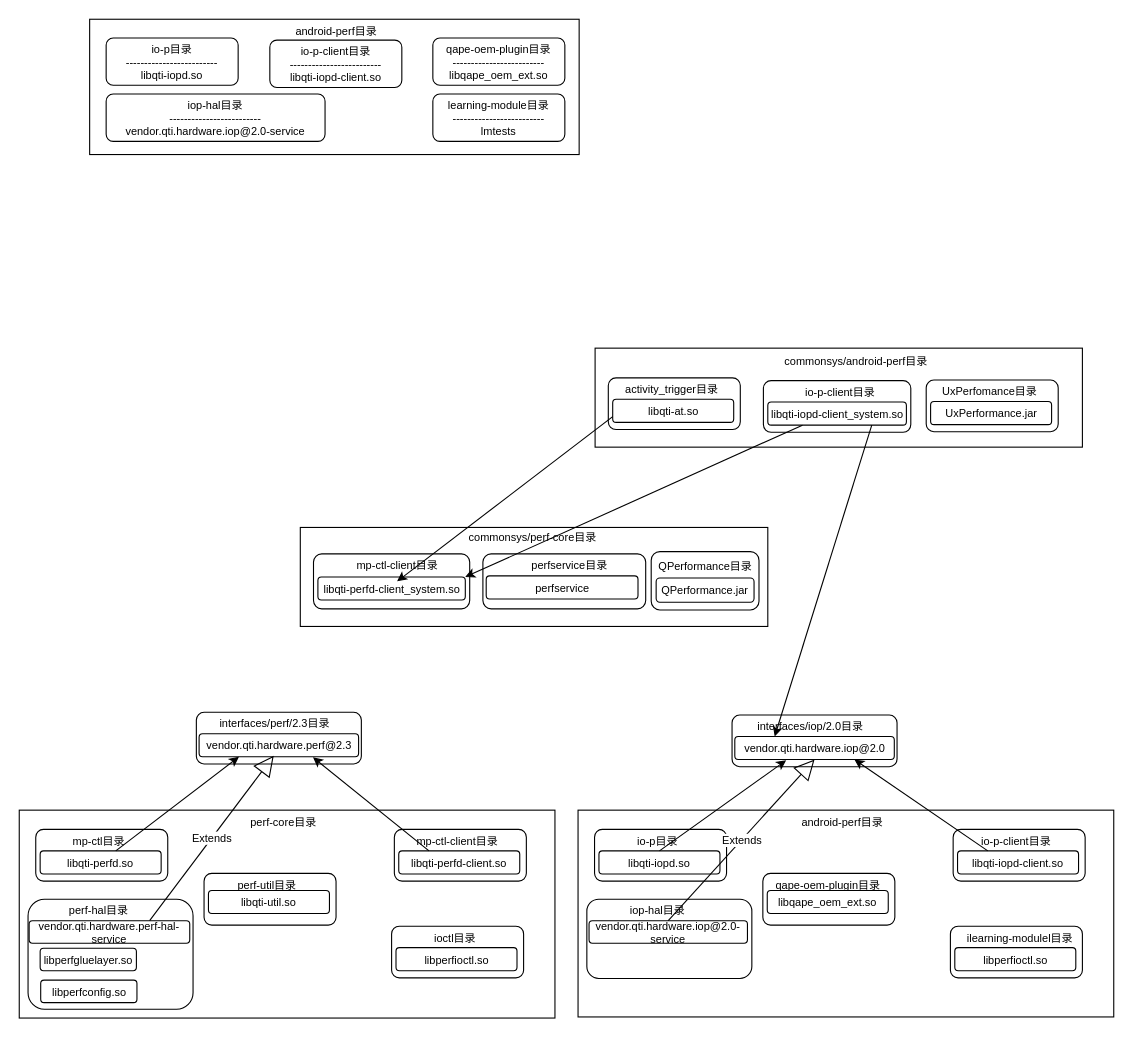
This is qcom.drawio from jasonactions/graph, a draw.io file, before an edit. Source tidied: cells renumbered, new cells numbered last; positions are measured from the earlier drawing's top-left corner, leaving out a move shared by most shapes. Both pictures are drawn from the tidied source at 110%, with x=0, y=0 at pixel (19, 19).
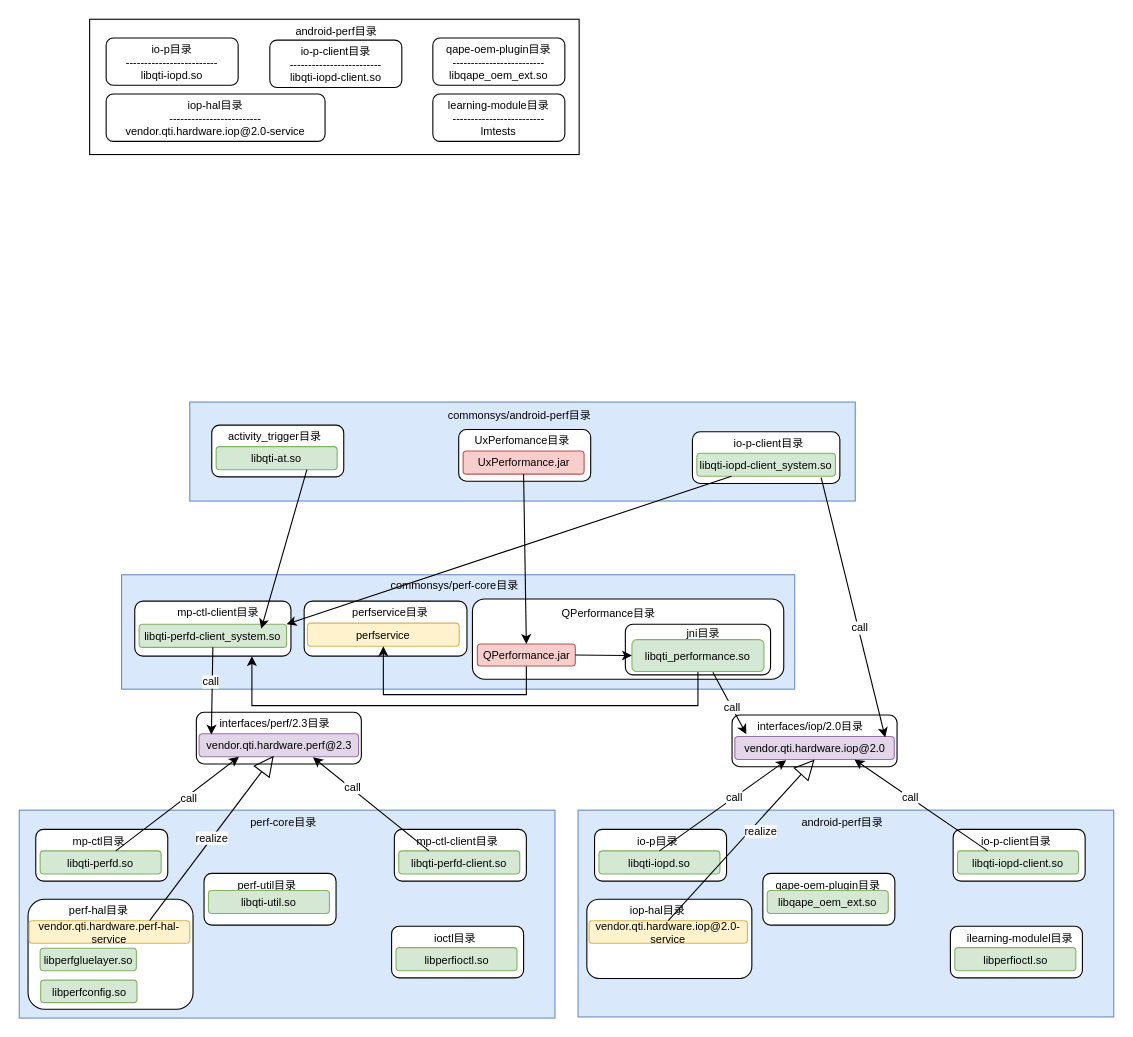
After the change.

The change refers to these unchanged cells:
```xml
<mxCell id="52" style="endArrow=classic;html=1;rounded=0;fontSize=10;entryX=0.25;entryY=1;entryDx=0;entryDy=0;" parent="1" edge="1" source="35" target="51">
  <mxGeometry relative="1" as="geometry" />
</mxCell>
<mxCell id="53" style="endArrow=classic;html=1;rounded=0;fontSize=10;exitX=0.25;exitY=0;exitDx=0;exitDy=0;entryX=0.714;entryY=1.024;entryDx=0;entryDy=0;entryPerimeter=0;" parent="1" edge="1" source="47" target="51">
  <mxGeometry relative="1" as="geometry" />
</mxCell>
<mxCell id="72" value="&lt;div style=&quot;font-size: 10px;&quot;&gt;interfaces/iop/2.0目录&lt;/div&gt;" style="text;html=1;strokeColor=none;fillColor=none;align=center;verticalAlign=middle;whiteSpace=wrap;rounded=0;fontSize=10;" parent="1" vertex="1">
  <mxGeometry x="661" y="627.5" width="117" height="30" as="geometry" />
</mxCell>
<mxCell id="74" style="endArrow=classic;html=1;rounded=0;fontSize=10;exitX=0.5;exitY=0;exitDx=0;exitDy=0;entryX=0.322;entryY=1.032;entryDx=0;entryDy=0;entryPerimeter=0;" parent="1" edge="1" source="58" target="73">
  <mxGeometry relative="1" as="geometry" />
</mxCell>
<mxCell id="75" style="endArrow=classic;html=1;rounded=0;fontSize=10;exitX=0.25;exitY=0;exitDx=0;exitDy=0;entryX=0.75;entryY=1;entryDx=0;entryDy=0;" parent="1" edge="1" source="70" target="73">
  <mxGeometry relative="1" as="geometry" />
</mxCell>
```

Diff of the diagram source:
```diff
@@
-    <mxCell id="2" style="rounded=0;whiteSpace=wrap;html=1;fontSize=10;" parent="1" vertex="1">
-      <mxGeometry x="255.5" y="462" width="425" height="90" as="geometry" />
+    <mxCell id="2" style="rounded=0;whiteSpace=wrap;html=1;fontSize=10;fillColor=#dae8fc;strokeColor=#6c8ebf;" parent="1" vertex="1">
+      <mxGeometry x="93" y="505" width="612" height="104" as="geometry" />
     </mxCell>
-    <mxCell id="3" style="rounded=0;whiteSpace=wrap;html=1;fontSize=10;" parent="1" vertex="1">
-      <mxGeometry x="523.5" y="299" width="443" height="90" as="geometry" />
+    <mxCell id="3" style="rounded=0;whiteSpace=wrap;html=1;fontSize=10;fillColor=#dae8fc;strokeColor=#6c8ebf;" parent="1" vertex="1">
+      <mxGeometry x="155" y="348" width="605" height="90" as="geometry" />
     </mxCell>
@@
-    <mxCell id="5" style="rounded=0;whiteSpace=wrap;html=1;fontSize=10;" parent="1" vertex="1">
+    <mxCell id="5" style="rounded=0;whiteSpace=wrap;html=1;fontSize=10;fillColor=#dae8fc;strokeColor=#6c8ebf;" parent="1" vertex="1">
       <mxGeometry y="719" width="487" height="189" as="geometry" />
     </mxCell>
@@
     <mxCell id="13" style="rounded=1;whiteSpace=wrap;html=1;fontSize=10;" parent="1" vertex="1">
-      <mxGeometry x="535.5" y="326" width="120" height="47" as="geometry" />
+      <mxGeometry x="175" y="369" width="120" height="47" as="geometry" />
     </mxCell>
     <mxCell id="14" value="commonsys/android-perf目录" style="text;html=1;strokeColor=none;fillColor=none;align=center;verticalAlign=middle;whiteSpace=wrap;rounded=0;fontSize=10;" parent="1" vertex="1">
-      <mxGeometry x="676.5" y="296" width="168" height="30" as="geometry" />
+      <mxGeometry x="371" y="345" width="168" height="30" as="geometry" />
     </mxCell>
     <mxCell id="15" value="&lt;div style=&quot;font-size: 10px;&quot;&gt;&lt;br style=&quot;font-size: 10px;&quot;&gt;&lt;/div&gt;" style="rounded=1;whiteSpace=wrap;html=1;fontSize=10;" parent="1" vertex="1">
-      <mxGeometry x="267.5" y="486" width="142" height="50" as="geometry" />
+      <mxGeometry x="105" y="529" width="142" height="50" as="geometry" />
     </mxCell>
     <mxCell id="16" style="rounded=1;whiteSpace=wrap;html=1;fontSize=10;" parent="1" vertex="1">
-      <mxGeometry x="421.5" y="486" width="148" height="50" as="geometry" />
+      <mxGeometry x="259" y="529" width="148" height="50" as="geometry" />
     </mxCell>
     <mxCell id="17" style="rounded=1;whiteSpace=wrap;html=1;fontSize=10;" parent="1" vertex="1">
-      <mxGeometry x="574.5" y="484" width="98" height="53" as="geometry" />
+      <mxGeometry x="412" y="527" width="283" height="73" as="geometry" />
     </mxCell>
     <mxCell id="18" value="commonsys/perf-core目录" style="text;html=1;strokeColor=none;fillColor=none;align=center;verticalAlign=middle;whiteSpace=wrap;rounded=0;fontSize=10;" parent="1" vertex="1">
-      <mxGeometry x="382.5" y="456" width="168" height="30" as="geometry" />
+      <mxGeometry x="312" y="499" width="168" height="30" as="geometry" />
     </mxCell>
     <mxCell id="19" value="&lt;div style=&quot;font-size: 10px;&quot;&gt;QPerformance目录&lt;/div&gt;" style="text;html=1;strokeColor=none;fillColor=none;align=center;verticalAlign=middle;whiteSpace=wrap;rounded=0;fontSize=10;" parent="1" vertex="1">
-      <mxGeometry x="578.5" y="481" width="90" height="32" as="geometry" />
+      <mxGeometry x="491" y="524" width="90" height="32" as="geometry" />
     </mxCell>
-    <mxCell id="20" value="libqti-perfd-client_system.so" style="rounded=1;whiteSpace=wrap;html=1;fontSize=10;" parent="1" vertex="1">
-      <mxGeometry x="271.5" y="507" width="134" height="21" as="geometry" />
+    <mxCell id="20" value="libqti-perfd-client_system.so" style="rounded=1;whiteSpace=wrap;html=1;fontSize=10;fillColor=#d5e8d4;strokeColor=#82b366;" parent="1" vertex="1">
+      <mxGeometry x="109" y="550" width="134" height="21" as="geometry" />
     </mxCell>
     <mxCell id="21" value="mp-ctl-client目录" style="text;html=1;strokeColor=none;fillColor=none;align=center;verticalAlign=middle;whiteSpace=wrap;rounded=0;fontSize=10;" parent="1" vertex="1">
-      <mxGeometry x="304.5" y="481" width="78" height="30" as="geometry" />
+      <mxGeometry x="142" y="524" width="78" height="30" as="geometry" />
     </mxCell>
     <mxCell id="22" value="perfservice目录" style="text;html=1;strokeColor=none;fillColor=none;align=center;verticalAlign=middle;whiteSpace=wrap;rounded=0;fontSize=10;" parent="1" vertex="1">
-      <mxGeometry x="462.5" y="481" width="74.5" height="30" as="geometry" />
+      <mxGeometry x="300" y="524" width="74.5" height="30" as="geometry" />
     </mxCell>
-    <mxCell id="23" value="perfservice" style="rounded=1;whiteSpace=wrap;html=1;fontSize=10;" parent="1" vertex="1">
-      <mxGeometry x="424.5" y="506" width="138" height="21" as="geometry" />
+    <mxCell id="23" value="perfservice" style="rounded=1;whiteSpace=wrap;html=1;fontSize=10;fillColor=#fff2cc;strokeColor=#d6b656;" parent="1" vertex="1">
+      <mxGeometry x="262" y="549" width="138" height="21" as="geometry" />
     </mxCell>
+    <mxCell id="82" style="edgeStyle=orthogonalEdgeStyle;rounded=0;jettySize=auto;html=1;entryX=0.5;entryY=1;entryDx=0;entryDy=0;fontSize=10;exitX=0.5;exitY=1;exitDx=0;exitDy=0;" parent="1" edge="1" source="24" target="23">
+      <mxGeometry relative="1" as="geometry">
+        <Array as="points">
+          <mxPoint x="461" y="614" />
+          <mxPoint x="331" y="614" />
+        </Array>
+      </mxGeometry>
+    </mxCell>
-    <mxCell id="24" value="QPerformance.jar" style="rounded=1;whiteSpace=wrap;html=1;fontSize=10;" parent="1" vertex="1">
-      <mxGeometry x="579" y="508" width="89" height="22" as="geometry" />
+    <mxCell id="24" value="QPerformance.jar" style="rounded=1;whiteSpace=wrap;html=1;fontSize=10;fillColor=#f8cecc;strokeColor=#b85450;" parent="1" vertex="1">
+      <mxGeometry x="416.5" y="568" width="89" height="20" as="geometry" />
     </mxCell>
     <mxCell id="25" value="&lt;div style=&quot;font-size: 10px;&quot;&gt;activity_trigger目录&lt;/div&gt;" style="text;html=1;strokeColor=none;fillColor=none;align=center;verticalAlign=middle;whiteSpace=wrap;rounded=0;fontSize=10;" parent="1" vertex="1">
-      <mxGeometry x="548.5" y="321" width="89" height="30" as="geometry" />
+      <mxGeometry x="188" y="364" width="89" height="30" as="geometry" />
     </mxCell>
-    <mxCell id="26" value="libqti-at.so" style="rounded=1;whiteSpace=wrap;html=1;fontSize=10;" parent="1" vertex="1">
-      <mxGeometry x="539.5" y="345.5" width="110" height="21" as="geometry" />
+    <mxCell id="26" value="libqti-at.so" style="rounded=1;whiteSpace=wrap;html=1;fontSize=10;fillColor=#d5e8d4;strokeColor=#82b366;" parent="1" vertex="1">
+      <mxGeometry x="179" y="388.5" width="110" height="21" as="geometry" />
     </mxCell>
     <mxCell id="27" style="rounded=1;whiteSpace=wrap;html=1;fontSize=10;" parent="1" vertex="1">
-      <mxGeometry x="676.5" y="328.5" width="134" height="47" as="geometry" />
+      <mxGeometry x="612" y="375" width="134" height="47" as="geometry" />
     </mxCell>
     <mxCell id="28" value="&lt;div style=&quot;font-size: 10px;&quot;&gt;&lt;div style=&quot;font-size: 10px;&quot;&gt;io-p-client目录&lt;/div&gt;&lt;/div&gt;" style="text;html=1;strokeColor=none;fillColor=none;align=center;verticalAlign=middle;whiteSpace=wrap;rounded=0;fontSize=10;" parent="1" vertex="1">
-      <mxGeometry x="701.5" y="323.5" width="89" height="30" as="geometry" />
+      <mxGeometry x="637" y="370" width="89" height="30" as="geometry" />
     </mxCell>
-    <mxCell id="29" value="libqti-iopd-client_system.so" style="rounded=1;whiteSpace=wrap;html=1;fontSize=10;" parent="1" vertex="1">
-      <mxGeometry x="680.5" y="348" width="126" height="21" as="geometry" />
+    <mxCell id="29" value="libqti-iopd-client_system.so" style="rounded=1;whiteSpace=wrap;html=1;fontSize=10;fillColor=#d5e8d4;strokeColor=#82b366;" parent="1" vertex="1">
+      <mxGeometry x="616" y="394.5" width="126" height="21" as="geometry" />
     </mxCell>
     <mxCell id="30" style="rounded=1;whiteSpace=wrap;html=1;fontSize=10;" parent="1" vertex="1">
-      <mxGeometry x="824.5" y="328" width="120" height="47" as="geometry" />
+      <mxGeometry x="399.5" y="373" width="120" height="47" as="geometry" />
     </mxCell>
     <mxCell id="31" value="&lt;div style=&quot;font-size: 10px;&quot;&gt;&lt;div style=&quot;font-size: 10px;&quot;&gt;UxPerfomance目录&lt;/div&gt;&lt;/div&gt;" style="text;html=1;strokeColor=none;fillColor=none;align=center;verticalAlign=middle;whiteSpace=wrap;rounded=0;fontSize=10;" parent="1" vertex="1">
-      <mxGeometry x="837.5" y="323" width="89" height="30" as="geometry" />
+      <mxGeometry x="412.5" y="368" width="89" height="30" as="geometry" />
     </mxCell>
-    <mxCell id="32" value="UxPerformance.jar" style="rounded=1;whiteSpace=wrap;html=1;fontSize=10;" parent="1" vertex="1">
-      <mxGeometry x="828.5" y="347.5" width="110" height="21" as="geometry" />
+    <mxCell id="32" value="UxPerformance.jar" style="rounded=1;whiteSpace=wrap;html=1;fontSize=10;fillColor=#f8cecc;strokeColor=#b85450;" parent="1" vertex="1">
+      <mxGeometry x="403.5" y="392.5" width="110" height="21" as="geometry" />
     </mxCell>
@@
-    <mxCell id="35" value="&lt;div style=&quot;font-size: 10px;&quot;&gt;libqti-perfd.so&lt;/div&gt;" style="rounded=1;whiteSpace=wrap;html=1;fontSize=10;" parent="1" vertex="1">
+    <mxCell id="35" value="&lt;div style=&quot;font-size: 10px;&quot;&gt;libqti-perfd.so&lt;/div&gt;" style="rounded=1;whiteSpace=wrap;html=1;fontSize=10;fillColor=#d5e8d4;strokeColor=#82b366;" parent="1" vertex="1">
       <mxGeometry x="19" y="756" width="110" height="21" as="geometry" />
     </mxCell>
@@
-    <mxCell id="38" value="libperfioctl.so" style="rounded=1;whiteSpace=wrap;html=1;fontSize=10;" parent="1" vertex="1">
+    <mxCell id="38" value="libperfioctl.so" style="rounded=1;whiteSpace=wrap;html=1;fontSize=10;fillColor=#d5e8d4;strokeColor=#82b366;" parent="1" vertex="1">
       <mxGeometry x="342.5" y="844" width="110" height="21" as="geometry" />
     </mxCell>
@@
-    <mxCell id="41" value="&lt;div style=&quot;font-size: 10px;&quot;&gt;libperfgluelayer.so&lt;/div&gt;" style="rounded=1;whiteSpace=wrap;html=1;fontSize=10;" parent="1" vertex="1">
+    <mxCell id="41" value="&lt;div style=&quot;font-size: 10px;&quot;&gt;libperfgluelayer.so&lt;/div&gt;" style="rounded=1;whiteSpace=wrap;html=1;fontSize=10;fillColor=#d5e8d4;strokeColor=#82b366;" parent="1" vertex="1">
       <mxGeometry x="19" y="844.5" width="87.5" height="20.5" as="geometry" />
     </mxCell>
@@
-    <mxCell id="44" value="libqti-util.so" style="rounded=1;whiteSpace=wrap;html=1;fontSize=10;" parent="1" vertex="1">
+    <mxCell id="44" value="libqti-util.so" style="rounded=1;whiteSpace=wrap;html=1;fontSize=10;fillColor=#d5e8d4;strokeColor=#82b366;" parent="1" vertex="1">
       <mxGeometry x="172" y="792" width="110" height="21" as="geometry" />
     </mxCell>
@@
-    <mxCell id="47" value="&lt;div style=&quot;font-size: 10px;&quot;&gt;libqti-perfd-client.so&lt;/div&gt;" style="rounded=1;whiteSpace=wrap;html=1;fontSize=10;" parent="1" vertex="1">
+    <mxCell id="47" value="&lt;div style=&quot;font-size: 10px;&quot;&gt;libqti-perfd-client.so&lt;/div&gt;" style="rounded=1;whiteSpace=wrap;html=1;fontSize=10;fillColor=#d5e8d4;strokeColor=#82b366;" parent="1" vertex="1">
       <mxGeometry x="345" y="756" width="110" height="21" as="geometry" />
     </mxCell>
-    <mxCell id="48" value="libperfconfig.so" style="rounded=1;whiteSpace=wrap;html=1;fontSize=10;" parent="1" vertex="1">
+    <mxCell id="48" value="libperfconfig.so" style="rounded=1;whiteSpace=wrap;html=1;fontSize=10;fillColor=#d5e8d4;strokeColor=#82b366;" parent="1" vertex="1">
       <mxGeometry x="19.5" y="873.5" width="87.5" height="20.5" as="geometry" />
     </mxCell>
@@
-    <mxCell id="51" value="vendor.qti.hardware.perf@2.3" style="rounded=1;whiteSpace=wrap;html=1;fontSize=10;" parent="1" vertex="1">
+    <mxCell id="51" value="vendor.qti.hardware.perf@2.3" style="rounded=1;whiteSpace=wrap;html=1;fontSize=10;fillColor=#e1d5e7;strokeColor=#9673a6;" parent="1" vertex="1">
       <mxGeometry x="163.5" y="649.5" width="145" height="21" as="geometry" />
     </mxCell>
@@
+    <mxCell id="83" value="call" style="edgeLabel;html=1;align=center;verticalAlign=middle;fontSize=10;" parent="52" vertex="1">
+      <mxGeometry x="0.16" y="-1" relative="1" as="geometry" />
+    </mxCell>
@@
+    <mxCell id="84" value="call" style="edgeLabel;html=1;align=center;verticalAlign=middle;fontSize=10;" parent="53" vertex="1">
+      <mxGeometry x="0.35" y="-2" relative="1" as="geometry" />
+    </mxCell>
-    <mxCell id="54" style="rounded=0;whiteSpace=wrap;html=1;fontSize=10;" parent="1" vertex="1">
+    <mxCell id="54" style="rounded=0;whiteSpace=wrap;html=1;fontSize=10;fillColor=#dae8fc;strokeColor=#6c8ebf;" parent="1" vertex="1">
       <mxGeometry x="508" y="719" width="487" height="188" as="geometry" />
     </mxCell>
@@
-    <mxCell id="58" value="libqti-iopd.so" style="rounded=1;whiteSpace=wrap;html=1;fontSize=10;" parent="1" vertex="1">
+    <mxCell id="58" value="libqti-iopd.so" style="rounded=1;whiteSpace=wrap;html=1;fontSize=10;fillColor=#d5e8d4;strokeColor=#82b366;" parent="1" vertex="1">
       <mxGeometry x="527" y="756" width="110" height="21" as="geometry" />
     </mxCell>
@@
-    <mxCell id="61" value="libperfioctl.so" style="rounded=1;whiteSpace=wrap;html=1;fontSize=10;" parent="1" vertex="1">
+    <mxCell id="61" value="libperfioctl.so" style="rounded=1;whiteSpace=wrap;html=1;fontSize=10;fillColor=#d5e8d4;strokeColor=#82b366;" parent="1" vertex="1">
       <mxGeometry x="850.5" y="844" width="110" height="21" as="geometry" />
     </mxCell>
@@
-    <mxCell id="64" value="vendor.qti.hardware.iop@2.0-service" style="rounded=1;whiteSpace=wrap;html=1;fontSize=10;" parent="1" vertex="1">
+    <mxCell id="64" value="vendor.qti.hardware.iop@2.0-service" style="rounded=1;whiteSpace=wrap;html=1;fontSize=10;fillColor=#fff2cc;strokeColor=#d6b656;" parent="1" vertex="1">
       <mxGeometry x="518" y="819.5" width="144" height="20.5" as="geometry" />
     </mxCell>
@@
-    <mxCell id="67" value="libqape_oem_ext.so" style="rounded=1;whiteSpace=wrap;html=1;fontSize=10;" parent="1" vertex="1">
+    <mxCell id="67" value="libqape_oem_ext.so" style="rounded=1;whiteSpace=wrap;html=1;fontSize=10;fillColor=#d5e8d4;strokeColor=#82b366;" parent="1" vertex="1">
       <mxGeometry x="680" y="792" width="110" height="21" as="geometry" />
     </mxCell>
@@
-    <mxCell id="70" value="libqti-iopd-client.so" style="rounded=1;whiteSpace=wrap;html=1;fontSize=10;" parent="1" vertex="1">
+    <mxCell id="70" value="libqti-iopd-client.so" style="rounded=1;whiteSpace=wrap;html=1;fontSize=10;fillColor=#d5e8d4;strokeColor=#82b366;" parent="1" vertex="1">
       <mxGeometry x="853" y="756" width="110" height="21" as="geometry" />
     </mxCell>
@@
-    <mxCell id="73" value="vendor.qti.hardware.iop@2.0" style="rounded=1;whiteSpace=wrap;html=1;fontSize=10;" parent="1" vertex="1">
+    <mxCell id="73" value="vendor.qti.hardware.iop@2.0" style="rounded=1;whiteSpace=wrap;html=1;fontSize=10;fillColor=#e1d5e7;strokeColor=#9673a6;" parent="1" vertex="1">
       <mxGeometry x="650.5" y="652" width="145" height="21" as="geometry" />
     </mxCell>
@@
+    <mxCell id="85" value="call" style="edgeLabel;html=1;align=center;verticalAlign=middle;fontSize=10;" parent="74" vertex="1">
+      <mxGeometry x="0.19" y="1" relative="1" as="geometry" />
+    </mxCell>
@@
+    <mxCell id="86" value="call" style="edgeLabel;html=1;align=center;verticalAlign=middle;fontSize=10;" parent="75" vertex="1">
+      <mxGeometry x="0.19" y="-1" relative="1" as="geometry" />
+    </mxCell>
-    <mxCell id="76" value="vendor.qti.hardware.perf-hal-service" style="rounded=1;whiteSpace=wrap;html=1;fontSize=10;" parent="1" vertex="1">
+    <mxCell id="76" value="vendor.qti.hardware.perf-hal-service" style="rounded=1;whiteSpace=wrap;html=1;fontSize=10;fillColor=#fff2cc;strokeColor=#d6b656;" parent="1" vertex="1">
       <mxGeometry x="9" y="819.5" width="146" height="20.5" as="geometry" />
     </mxCell>
-    <mxCell id="77" value="Extends" style="endArrow=block;endSize=16;endFill=0;html=1;rounded=0;fontSize=10;exitX=0.5;exitY=0;exitDx=0;exitDy=0;entryX=0.5;entryY=1;entryDx=0;entryDy=0;" parent="1" edge="1" source="64" target="73">
-      <mxGeometry relative="1" as="geometry" />
+    <mxCell id="77" value="realize" style="endArrow=block;endSize=16;endFill=0;html=1;rounded=0;fontSize=10;exitX=0.5;exitY=0;exitDx=0;exitDy=0;entryX=0.5;entryY=1;entryDx=0;entryDy=0;" parent="1" edge="1" source="64" target="73">
+      <mxGeometry x="0.18" y="-7" relative="1" as="geometry" />
     </mxCell>
-    <mxCell id="78" value="Extends" style="endArrow=block;endSize=16;endFill=0;html=1;rounded=0;fontSize=10;exitX=0.75;exitY=0;exitDx=0;exitDy=0;entryX=0.468;entryY=0.952;entryDx=0;entryDy=0;entryPerimeter=0;" parent="1" edge="1" source="76" target="51">
+    <mxCell id="78" value="realize" style="endArrow=block;endSize=16;endFill=0;html=1;rounded=0;fontSize=10;exitX=0.75;exitY=0;exitDx=0;exitDy=0;entryX=0.468;entryY=0.952;entryDx=0;entryDy=0;entryPerimeter=0;" parent="1" edge="1" source="76" target="51">
       <mxGeometry relative="1" as="geometry" />
     </mxCell>
-    <mxCell id="79" style="endArrow=classic;html=1;rounded=0;fontSize=10;exitX=0;exitY=0.75;exitDx=0;exitDy=0;entryX=0.5;entryY=1;entryDx=0;entryDy=0;" parent="1" edge="1" source="26" target="21">
+    <mxCell id="79" style="endArrow=classic;html=1;rounded=0;fontSize=10;exitX=0.75;exitY=1;exitDx=0;exitDy=0;entryX=1;entryY=1;entryDx=0;entryDy=0;" parent="1" edge="1" source="26" target="21">
       <mxGeometry relative="1" as="geometry" />
     </mxCell>
@@
-    <mxCell id="81" style="endArrow=classic;html=1;rounded=0;fontSize=10;exitX=0.75;exitY=1;exitDx=0;exitDy=0;entryX=0.25;entryY=0;entryDx=0;entryDy=0;" parent="1" edge="1" source="29" target="73">
+    <mxCell id="81" style="endArrow=classic;html=1;rounded=0;fontSize=10;exitX=0.897;exitY=1.056;exitDx=0;exitDy=0;entryX=0.943;entryY=0.04;entryDx=0;entryDy=0;entryPerimeter=0;exitPerimeter=0;" parent="1" edge="1" source="29" target="73">
       <mxGeometry relative="1" as="geometry" />
     </mxCell>
+    <mxCell id="87" value="call" style="edgeLabel;html=1;align=center;verticalAlign=middle;fontSize=10;" parent="81" vertex="1">
+      <mxGeometry x="0.15" y="1" relative="1" as="geometry" />
+    </mxCell>
+    <mxCell id="88" style="endArrow=classic;html=1;rounded=0;fontSize=10;exitX=0.5;exitY=1;exitDx=0;exitDy=0;entryX=0.5;entryY=0;entryDx=0;entryDy=0;" parent="1" edge="1" source="32" target="24">
+      <mxGeometry relative="1" as="geometry" />
+    </mxCell>
+    <mxCell id="89" style="endArrow=classic;html=1;rounded=0;fontSize=10;exitX=0.5;exitY=1;exitDx=0;exitDy=0;entryX=0.077;entryY=0.04;entryDx=0;entryDy=0;entryPerimeter=0;" parent="1" edge="1" source="20" target="51">
+      <mxGeometry relative="1" as="geometry" />
+    </mxCell>
+    <mxCell id="90" value="call" style="edgeLabel;html=1;align=center;verticalAlign=middle;fontSize=10;" parent="89" vertex="1">
+      <mxGeometry x="-0.22" y="-2" relative="1" as="geometry" />
+    </mxCell>
+    <mxCell id="91" style="rounded=1;whiteSpace=wrap;html=1;fontSize=10;" parent="1" vertex="1">
+      <mxGeometry x="551" y="550" width="132" height="46" as="geometry" />
+    </mxCell>
+    <mxCell id="92" value="jni目录" style="text;html=1;strokeColor=none;fillColor=none;align=center;verticalAlign=middle;whiteSpace=wrap;rounded=0;fontSize=10;" parent="1" vertex="1">
+      <mxGeometry x="591.5" y="549" width="60" height="18" as="geometry" />
+    </mxCell>
+    <mxCell id="93" style="edgeStyle=orthogonalEdgeStyle;rounded=0;jettySize=auto;html=1;entryX=0.75;entryY=1;entryDx=0;entryDy=0;fontSize=10;" parent="1" edge="1" source="94" target="15">
+      <mxGeometry relative="1" as="geometry">
+        <Array as="points">
+          <mxPoint x="617" y="624" />
+          <mxPoint x="212" y="624" />
+        </Array>
+      </mxGeometry>
+    </mxCell>
+    <mxCell id="94" value="libqti_performance.so" style="rounded=1;whiteSpace=wrap;html=1;fontSize=10;fillColor=#d5e8d4;strokeColor=#82b366;" parent="1" vertex="1">
+      <mxGeometry x="557" y="564" width="120" height="29" as="geometry" />
+    </mxCell>
+    <mxCell id="95" style="endArrow=classic;html=1;rounded=0;fontSize=10;exitX=1;exitY=0.5;exitDx=0;exitDy=0;entryX=0;entryY=0.5;entryDx=0;entryDy=0;" parent="1" edge="1" source="24" target="94">
+      <mxGeometry relative="1" as="geometry" />
+    </mxCell>
+    <mxCell id="96" style="endArrow=classic;html=1;rounded=0;fontSize=10;exitX=0.613;exitY=1.023;exitDx=0;exitDy=0;exitPerimeter=0;entryX=0;entryY=0.75;entryDx=0;entryDy=0;" parent="1" edge="1" source="94" target="72">
+      <mxGeometry relative="1" as="geometry" />
+    </mxCell>
+    <mxCell id="97" value="call" style="edgeLabel;html=1;align=center;verticalAlign=middle;fontSize=10;" parent="96" vertex="1">
+      <mxGeometry x="0.29" y="1" relative="1" as="geometry">
+        <mxPoint x="-3" y="-5" as="offset" />
+      </mxGeometry>
+    </mxCell>
```
